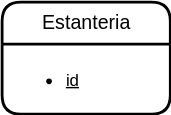
Jimxx22/C3-UD11-UML keeps this draw.io diagram as UD12-5.svg. Above is the earlier version. Source tidied: cells renumbered, new cells last; positions are measured from the earlier drawing's top-left corner, leaving out a move shared by most shapes.
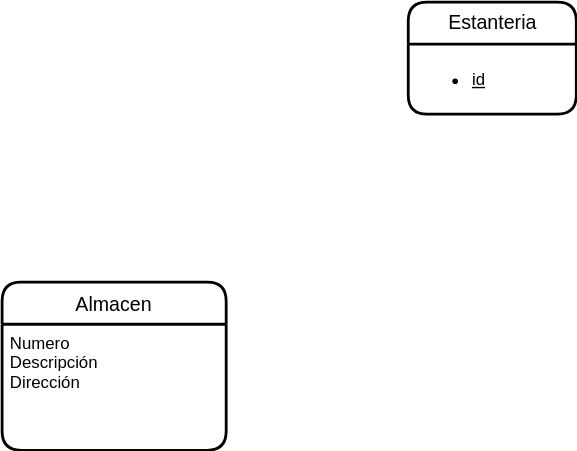
Above is the later version.

Commit message:
Entidad Almacen

What changed in the source:
```diff
@@ -2,6 +2,12 @@
   <root>
     <mxCell id="0" />
     <mxCell id="1" parent="0" />
+    <mxCell id="4" value="Almacen" style="swimlane;horizontal=1;startSize=30;rounded=1;fontSize=14;fontStyle=0;strokeWidth=2;shadow=0;dashed=0;align=center;" parent="1" vertex="1">
+      <mxGeometry x="-290" y="200" width="160" height="120" as="geometry" />
+    </mxCell>
+    <mxCell id="5" value="Numero&#10;Descripción&#10;Dirección" style="align=left;strokeColor=none;fillColor=none;spacingLeft=4;fontSize=12;verticalAlign=top;" parent="4" vertex="1">
+      <mxGeometry y="30" width="160" height="90" as="geometry" />
+    </mxCell>
     <mxCell id="2" value="Estanteria" style="swimlane;horizontal=1;startSize=30;rounded=1;fontSize=14;fontStyle=0;strokeWidth=2;shadow=0;dashed=0;align=center;glass=0;fillColor=default;html=1;" parent="1" vertex="1">
       <mxGeometry width="120" height="80" as="geometry" />
     </mxCell>
```
